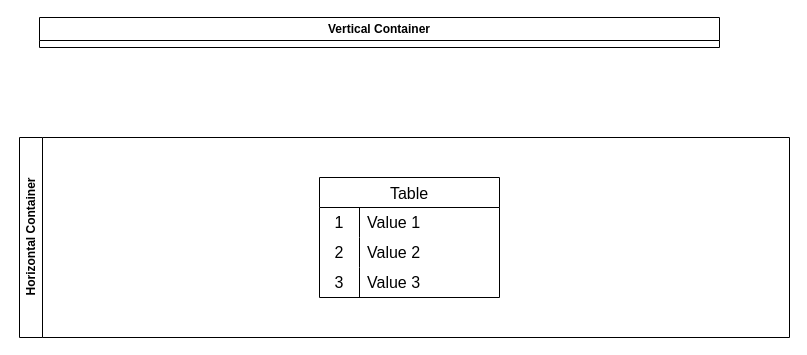
Before: page "Страница — 2" (2 of 2) of прог инженерия.drawio in tuzmas/BPMN, a draw.io diagram. Source tidied: cells renumbered, new cells numbered last; positions are measured from the earlier drawing's top-left corner, leaving out a move shared by most shapes. Both pictures are drawn from the tidied source at 100%, with x=0, y=0 at pixel (19, 17).
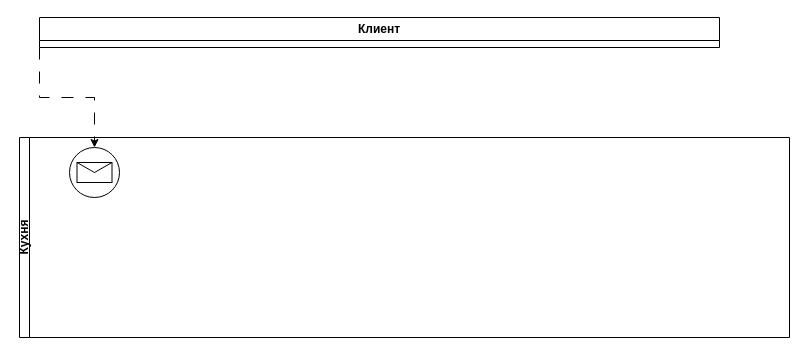
The same diagram, later.

What changed in the source:
```diff
@@
 <mxGraphModel>
   <root>
     <mxCell id="0" />
     <mxCell id="1" parent="0" />
-    <mxCell id="2" value="Horizontal Container" style="swimlane;horizontal=0;whiteSpace=wrap;html=1;" parent="1" vertex="1">
+    <mxCell id="2" value="Кухня" style="swimlane;horizontal=0;whiteSpace=wrap;html=1;startSize=10;" parent="1" vertex="1">
       <mxGeometry y="120" width="770" height="200" as="geometry" />
     </mxCell>
+    <mxCell id="14" style="points=[[0.145,0.145,0],[0.5,0,0],[0.855,0.145,0],[1,0.5,0],[0.855,0.855,0],[0.5,1,0],[0.145,0.855,0],[0,0.5,0]];shape=mxgraph.bpmn.event;html=1;verticalLabelPosition=bottom;labelBackgroundColor=#ffffff;verticalAlign=top;align=center;perimeter=ellipsePerimeter;outlineConnect=0;outline=standard;symbol=message;" parent="2" vertex="1">
+      <mxGeometry x="50" y="10" width="50" height="50" as="geometry" />
+    </mxCell>
-    <mxCell id="3" value="Vertical Container" style="swimlane;whiteSpace=wrap;html=1;" parent="1" vertex="1">
+    <mxCell id="3" value="Клиент" style="swimlane;whiteSpace=wrap;html=1;" parent="1" vertex="1">
       <mxGeometry x="20" width="680" height="30" as="geometry" />
     </mxCell>
-    <mxCell id="4" value="Table" style="shape=table;startSize=30;childLayout=tableLayout;rowLines=0;fontStyle=0;strokeColor=default;fontSize=16;" parent="1" vertex="1">
-      <mxGeometry x="300" y="160" width="180" height="120" as="geometry" />
-    </mxCell>
-    <mxCell id="5" style="shape=tableRow;horizontal=0;startSize=0;swimlaneHead=0;swimlaneBody=0;top=0;left=0;bottom=0;right=0;fillColor=none;strokeColor=inherit;fontSize=16;" parent="4" vertex="1">
-      <mxGeometry y="30" width="180" height="30" as="geometry" />
-    </mxCell>
-    <mxCell id="6" value="1" style="shape=partialRectangle;html=1;whiteSpace=wrap;fillColor=none;top=0;left=0;bottom=0;right=0;overflow=hidden;strokeColor=inherit;fontSize=16;" parent="5" vertex="1">
-      <mxGeometry width="40" height="30" as="geometry" />
-    </mxCell>
-    <mxCell id="7" value="Value 1" style="shape=partialRectangle;html=1;whiteSpace=wrap;fillColor=none;top=0;left=0;bottom=0;right=0;align=left;spacingLeft=6;overflow=hidden;strokeColor=inherit;fontSize=16;" parent="5" vertex="1">
-      <mxGeometry x="40" width="140" height="30" as="geometry" />
-    </mxCell>
-    <mxCell id="8" style="shape=tableRow;horizontal=0;startSize=0;swimlaneHead=0;swimlaneBody=0;top=0;left=0;bottom=0;right=0;fillColor=none;strokeColor=inherit;fontSize=16;" parent="4" vertex="1">
-      <mxGeometry y="60" width="180" height="30" as="geometry" />
-    </mxCell>
-    <mxCell id="9" value="2" style="shape=partialRectangle;html=1;whiteSpace=wrap;fillColor=none;top=0;left=0;bottom=0;right=0;overflow=hidden;strokeColor=inherit;fontSize=16;" parent="8" vertex="1">
-      <mxGeometry width="40" height="30" as="geometry" />
-    </mxCell>
-    <mxCell id="10" value="Value 2" style="shape=partialRectangle;html=1;whiteSpace=wrap;fillColor=none;top=0;left=0;bottom=0;right=0;align=left;spacingLeft=6;overflow=hidden;strokeColor=inherit;fontSize=16;" parent="8" vertex="1">
-      <mxGeometry x="40" width="140" height="30" as="geometry" />
-    </mxCell>
-    <mxCell id="11" style="shape=tableRow;horizontal=0;startSize=0;swimlaneHead=0;swimlaneBody=0;top=0;left=0;bottom=0;right=0;fillColor=none;strokeColor=inherit;fontSize=16;" parent="4" vertex="1">
-      <mxGeometry y="90" width="180" height="30" as="geometry" />
-    </mxCell>
-    <mxCell id="12" value="3" style="shape=partialRectangle;html=1;whiteSpace=wrap;fillColor=none;top=0;left=0;bottom=0;right=0;overflow=hidden;strokeColor=inherit;fontSize=16;" parent="11" vertex="1">
-      <mxGeometry width="40" height="30" as="geometry" />
-    </mxCell>
-    <mxCell id="13" value="Value 3" style="shape=partialRectangle;html=1;whiteSpace=wrap;fillColor=none;top=0;left=0;bottom=0;right=0;align=left;spacingLeft=6;overflow=hidden;strokeColor=inherit;fontSize=16;" parent="11" vertex="1">
-      <mxGeometry x="40" width="140" height="30" as="geometry" />
-    </mxCell>
+    <mxCell id="15" style="edgeStyle=orthogonalEdgeStyle;rounded=0;jettySize=auto;html=1;exitX=0;exitY=1;exitDx=0;exitDy=0;entryX=0.5;entryY=0;entryDx=0;entryDy=0;entryPerimeter=0;dashed=1;dashPattern=12 12;" parent="1" edge="1" source="3" target="14">
+      <mxGeometry relative="1" as="geometry" />
+    </mxCell>
   </root>
 </mxGraphModel>
```
